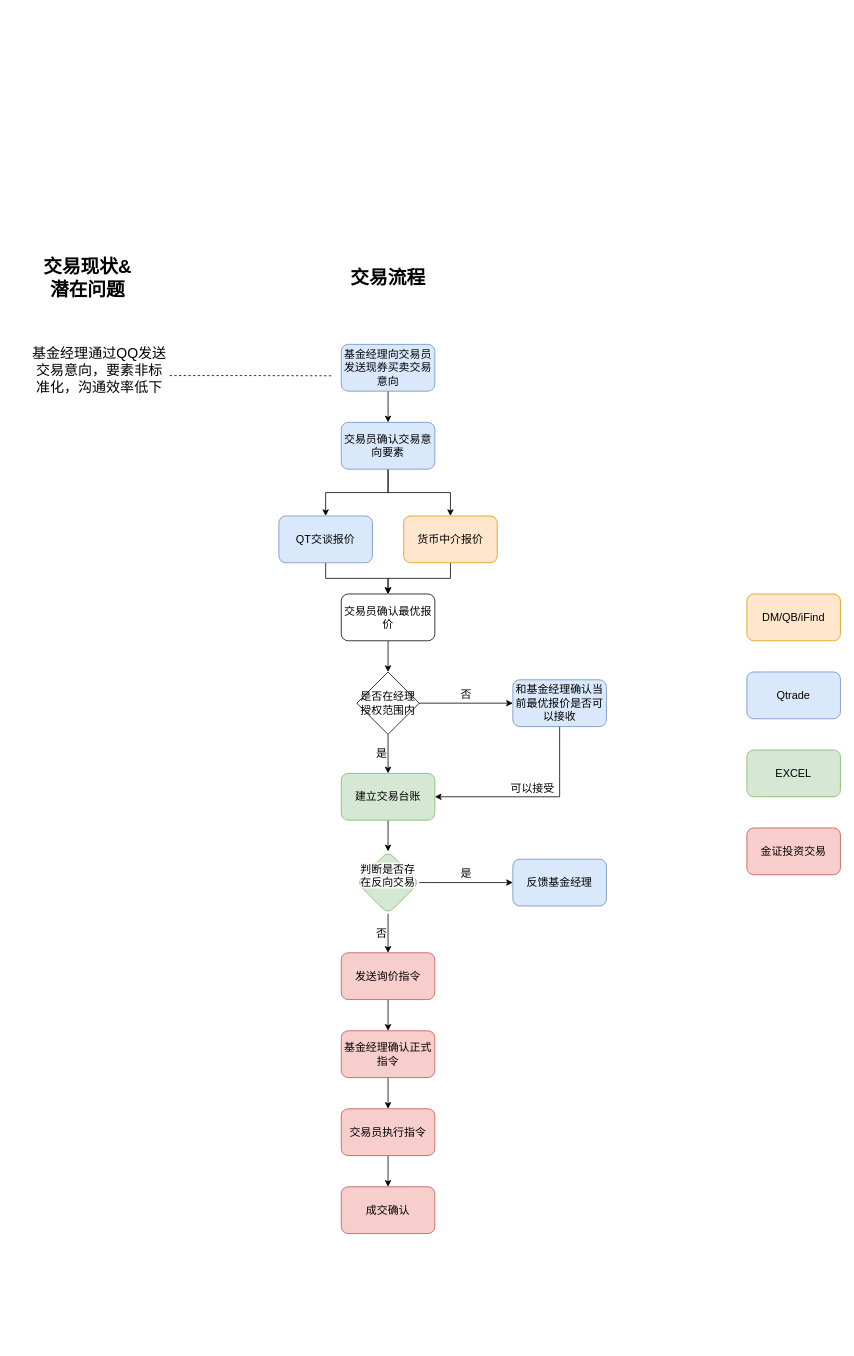
Before: 现券交易流程图.drawio in steven-turing/draw, a draw.io diagram. Source tidied: cells renumbered, new cells numbered last; positions are measured from the earlier drawing's top-left corner, leaving out a move shared by most shapes. Both pictures are drawn from the tidied source at 78%, with x=0, y=0 at pixel (29, 266).
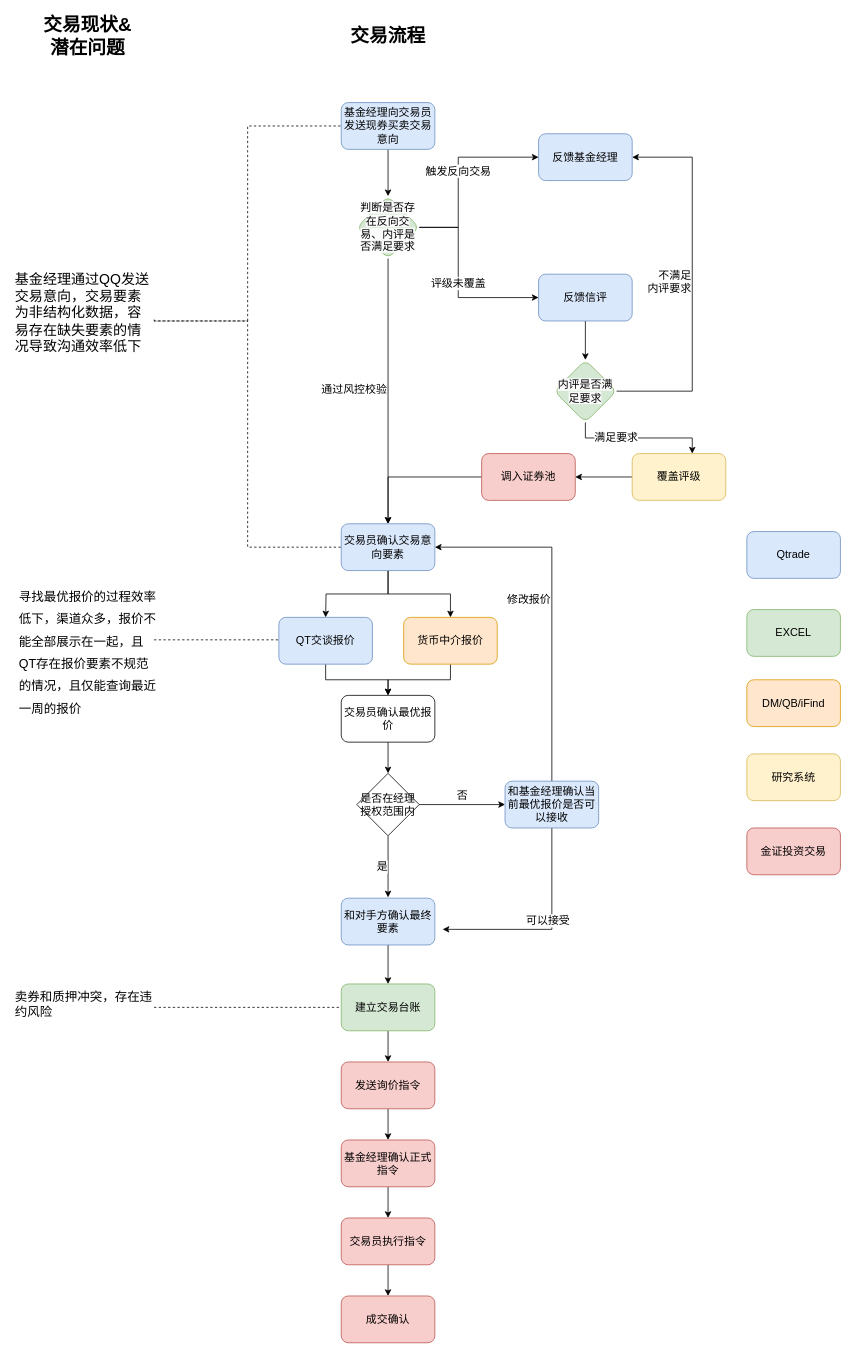
After the change.

Commit message:
更新现券交易流程图.drawio

The edit, as a diff of the source:
```diff
@@
-    <mxCell id="2" style="edgeStyle=orthogonalEdgeStyle;rounded=0;jettySize=auto;html=1;exitX=0.5;exitY=1;exitDx=0;exitDy=0;entryX=0.5;entryY=0;entryDx=0;entryDy=0;fontSize=14;" parent="1" edge="1" source="3" target="6">
-      <mxGeometry relative="1" as="geometry" />
+    <mxCell id="2" value="通过风控校验" style="edgeStyle=orthogonalEdgeStyle;rounded=0;jettySize=auto;html=1;exitX=0.5;exitY=1;exitDx=0;exitDy=0;fontSize=14;verticalAlign=middle;align=right;" parent="1" edge="1" source="34" target="6">
+      <mxGeometry x="-0.01" relative="1" as="geometry" />
     </mxCell>
+    <mxCell id="40" style="edgeStyle=orthogonalEdgeStyle;rounded=0;jettySize=auto;html=1;exitX=0.5;exitY=1;exitDx=0;exitDy=0;entryX=0.5;entryY=0;entryDx=0;entryDy=0;" parent="1" edge="1" source="3" target="34">
+      <mxGeometry relative="1" as="geometry" />
+    </mxCell>
     <mxCell id="3" value="基金经理向交易员发送现券买卖交易意向" style="rounded=1;whiteSpace=wrap;html=1;fontSize=14;glass=0;strokeWidth=1;shadow=0;fillColor=#dae8fc;strokeColor=#6c8ebf;" parent="1" vertex="1">
-      <mxGeometry x="400" y="100" width="120" height="60" as="geometry" />
+      <mxGeometry x="400" y="-210" width="120" height="60" as="geometry" />
     </mxCell>
-    <mxCell id="4" style="edgeStyle=orthogonalEdgeStyle;rounded=0;jettySize=auto;html=1;exitX=0.5;exitY=1;exitDx=0;exitDy=0;entryX=0.5;entryY=0;entryDx=0;entryDy=0;fontSize=14;" parent="1" edge="1" source="6" target="9">
-      <mxGeometry relative="1" as="geometry" />
+    <mxCell id="4" style="edgeStyle=orthogonalEdgeStyle;rounded=0;jettySize=auto;html=1;exitX=0.5;exitY=1;exitDx=0;exitDy=0;entryX=0.5;entryY=0;entryDx=0;entryDy=0;fontSize=14;" parent="1" edge="1" source="6">
+      <mxGeometry relative="1" as="geometry">
+        <mxPoint x="380" y="450" as="targetPoint" />
+      </mxGeometry>
     </mxCell>
@@
     <mxCell id="6" value="交易员确认交易意向要素" style="rounded=1;whiteSpace=wrap;html=1;fillColor=#dae8fc;strokeColor=#6c8ebf;fontSize=14;" parent="1" vertex="1">
-      <mxGeometry x="400" y="200" width="120" height="60" as="geometry" />
+      <mxGeometry x="400" y="330" width="120" height="60" as="geometry" />
     </mxCell>
@@
-    <mxCell id="8" style="edgeStyle=orthogonalEdgeStyle;rounded=0;jettySize=auto;html=1;exitX=0.5;exitY=1;exitDx=0;exitDy=0;entryX=0.5;entryY=0;entryDx=0;entryDy=0;fontSize=14;" parent="1" edge="1" source="9" target="13">
-      <mxGeometry relative="1" as="geometry" />
+    <mxCell id="8" style="edgeStyle=orthogonalEdgeStyle;rounded=0;jettySize=auto;html=1;exitX=0.5;exitY=1;exitDx=0;exitDy=0;entryX=0.5;entryY=0;entryDx=0;entryDy=0;fontSize=14;" parent="1" edge="1" target="13">
+      <mxGeometry relative="1" as="geometry">
+        <mxPoint x="380" y="510" as="sourcePoint" />
+        <Array as="points">
+          <mxPoint x="380" y="530" />
+          <mxPoint x="460" y="530" />
+        </Array>
+      </mxGeometry>
     </mxCell>
     <mxCell id="9" value="QT交谈报价" style="rounded=1;whiteSpace=wrap;html=1;fillColor=#dae8fc;strokeColor=#6c8ebf;fontSize=14;" parent="1" vertex="1">
-      <mxGeometry x="320" y="320" width="120" height="60" as="geometry" />
+      <mxGeometry x="320" y="450" width="120" height="60" as="geometry" />
     </mxCell>
@@
     <mxCell id="11" value="货币中介报价" style="rounded=1;whiteSpace=wrap;html=1;fillColor=#ffe6cc;strokeColor=#d79b00;fontSize=14;" parent="1" vertex="1">
-      <mxGeometry x="480" y="320" width="120" height="60" as="geometry" />
+      <mxGeometry x="480" y="450" width="120" height="60" as="geometry" />
     </mxCell>
@@
     <mxCell id="13" value="交易员确认最优报价" style="rounded=1;whiteSpace=wrap;html=1;fontSize=14;" parent="1" vertex="1">
-      <mxGeometry x="400" y="420" width="120" height="60" as="geometry" />
+      <mxGeometry x="400" y="550" width="120" height="60" as="geometry" />
     </mxCell>
@@
-    <mxCell id="15" value="是" style="edgeStyle=orthogonalEdgeStyle;rounded=0;jettySize=auto;html=1;verticalAlign=middle;align=right;fontSize=14;" parent="1" edge="1" source="16" target="20">
-      <mxGeometry relative="1" as="geometry" />
+    <mxCell id="15" value="是" style="edgeStyle=orthogonalEdgeStyle;rounded=0;jettySize=auto;html=1;verticalAlign=middle;align=right;fontSize=14;" parent="1" edge="1" source="16">
+      <mxGeometry relative="1" as="geometry">
+        <mxPoint x="460" y="809" as="targetPoint" />
+      </mxGeometry>
     </mxCell>
     <mxCell id="16" value="是否在经理授权范围内" style="rhombus;whiteSpace=wrap;html=1;fontSize=14;" parent="1" vertex="1">
-      <mxGeometry x="420" y="520" width="80" height="80" as="geometry" />
+      <mxGeometry x="420" y="650" width="80" height="80" as="geometry" />
     </mxCell>
-    <mxCell id="17" value="可以接受" style="edgeStyle=orthogonalEdgeStyle;rounded=0;jettySize=auto;html=1;exitX=0.5;exitY=1;exitDx=0;exitDy=0;entryX=1;entryY=0.5;entryDx=0;entryDy=0;verticalAlign=bottom;fontSize=14;" parent="1" edge="1" source="18" target="20">
-      <mxGeometry relative="1" as="geometry" />
+    <mxCell id="17" value="可以接受" style="edgeStyle=orthogonalEdgeStyle;rounded=0;jettySize=auto;html=1;exitX=0.5;exitY=1;exitDx=0;exitDy=0;verticalAlign=bottom;fontSize=14;" parent="1" edge="1" source="18">
+      <mxGeometry relative="1" as="geometry">
+        <mxPoint x="530" y="850" as="targetPoint" />
+        <Array as="points">
+          <mxPoint x="670" y="850" />
+        </Array>
+      </mxGeometry>
     </mxCell>
+    <mxCell id="41" value="修改报价&lt;div&gt;&lt;br&gt;&lt;/div&gt;" style="edgeStyle=orthogonalEdgeStyle;rounded=0;jettySize=auto;html=1;exitX=0.5;exitY=0;exitDx=0;exitDy=0;entryX=1;entryY=0.5;entryDx=0;entryDy=0;align=right;fontSize=14;verticalAlign=middle;" parent="1" edge="1" source="18" target="6">
+      <mxGeometry relative="1" as="geometry" />
+    </mxCell>
     <mxCell id="18" value="和基金经理确认当前最优报价是否可以接收" style="rounded=1;whiteSpace=wrap;html=1;fillColor=#dae8fc;strokeColor=#6c8ebf;fontSize=14;" parent="1" vertex="1">
-      <mxGeometry x="620" y="530" width="120" height="60" as="geometry" />
+      <mxGeometry x="610" y="660" width="120" height="60" as="geometry" />
     </mxCell>
-    <mxCell id="19" style="edgeStyle=orthogonalEdgeStyle;rounded=0;jettySize=auto;html=1;fontSize=14;" parent="1" edge="1" source="20" target="34">
-      <mxGeometry relative="1" as="geometry" />
-    </mxCell>
+    <mxCell id="42" style="edgeStyle=orthogonalEdgeStyle;rounded=0;jettySize=auto;html=1;exitX=0.5;exitY=1;exitDx=0;exitDy=0;entryX=0.5;entryY=0;entryDx=0;entryDy=0;" parent="1" edge="1" source="20" target="22">
+      <mxGeometry relative="1" as="geometry" />
+    </mxCell>
     <mxCell id="20" value="建立交易台账" style="rounded=1;whiteSpace=wrap;html=1;fillColor=#d5e8d4;strokeColor=#82b366;fontSize=14;" parent="1" vertex="1">
-      <mxGeometry x="400" y="650" width="120" height="60" as="geometry" />
+      <mxGeometry x="400" y="920" width="120" height="60" as="geometry" />
     </mxCell>
@@
     <mxCell id="22" value="发送询价指令" style="rounded=1;whiteSpace=wrap;html=1;labelBackgroundColor=none;fillColor=#f8cecc;strokeColor=#b85450;fontSize=14;" parent="1" vertex="1">
-      <mxGeometry x="400" y="880" width="120" height="60" as="geometry" />
+      <mxGeometry x="400" y="1020" width="120" height="60" as="geometry" />
     </mxCell>
@@
     <mxCell id="24" value="基金经理确认正式指令" style="rounded=1;whiteSpace=wrap;html=1;fillColor=#f8cecc;strokeColor=#b85450;fontSize=14;" parent="1" vertex="1">
-      <mxGeometry x="400" y="980" width="120" height="60" as="geometry" />
+      <mxGeometry x="400" y="1120" width="120" height="60" as="geometry" />
     </mxCell>
@@
     <mxCell id="26" value="交易员执行指令" style="rounded=1;whiteSpace=wrap;html=1;fillColor=#f8cecc;strokeColor=#b85450;fontSize=14;" parent="1" vertex="1">
-      <mxGeometry x="400" y="1080" width="120" height="60" as="geometry" />
+      <mxGeometry x="400" y="1220" width="120" height="60" as="geometry" />
     </mxCell>
     <mxCell id="27" value="成交确认" style="rounded=1;whiteSpace=wrap;html=1;fillColor=#f8cecc;strokeColor=#b85450;fontSize=14;" parent="1" vertex="1">
-      <mxGeometry x="400" y="1180" width="120" height="60" as="geometry" />
+      <mxGeometry x="400" y="1320" width="120" height="60" as="geometry" />
     </mxCell>
     <mxCell id="28" value="EXCEL" style="rounded=1;whiteSpace=wrap;html=1;fillColor=#d5e8d4;strokeColor=#82b366;fontSize=14;" parent="1" vertex="1">
-      <mxGeometry x="920" y="620" width="120" height="60" as="geometry" />
+      <mxGeometry x="920" y="440" width="120" height="60" as="geometry" />
     </mxCell>
@@
     <mxCell id="30" value="Qtrade" style="rounded=1;whiteSpace=wrap;html=1;fillColor=#dae8fc;strokeColor=#6c8ebf;fontSize=14;" parent="1" vertex="1">
-      <mxGeometry x="920" y="520" width="120" height="60" as="geometry" />
+      <mxGeometry x="920" y="340" width="120" height="60" as="geometry" />
     </mxCell>
     <mxCell id="31" value="DM/QB/iFind" style="rounded=1;whiteSpace=wrap;html=1;fillColor=#ffe6cc;strokeColor=#d79b00;fontSize=14;" parent="1" vertex="1">
-      <mxGeometry x="920" y="420" width="120" height="60" as="geometry" />
+      <mxGeometry x="920" y="530" width="120" height="60" as="geometry" />
     </mxCell>
-    <mxCell id="32" value="否" style="edgeStyle=orthogonalEdgeStyle;rounded=0;jettySize=auto;html=1;exitX=0.5;exitY=1;exitDx=0;exitDy=0;entryX=0.5;entryY=0;entryDx=0;entryDy=0;verticalAlign=middle;align=right;fontSize=14;" parent="1" edge="1" source="34" target="22">
-      <mxGeometry relative="1" as="geometry" />
-    </mxCell>
-    <mxCell id="33" value="是" style="edgeStyle=orthogonalEdgeStyle;rounded=0;jettySize=auto;html=1;verticalAlign=bottom;fontSize=14;" parent="1" edge="1" source="34" target="35">
-      <mxGeometry relative="1" as="geometry" />
+    <mxCell id="33" value="触发反向交易" style="edgeStyle=orthogonalEdgeStyle;rounded=0;jettySize=auto;html=1;verticalAlign=middle;fontSize=14;exitX=1;exitY=0.5;exitDx=0;exitDy=0;" parent="1" edge="1" source="34" target="35">
+      <mxGeometry relative="1" as="geometry">
+        <Array as="points">
+          <mxPoint x="550" y="-50" />
+          <mxPoint x="550" y="-140" />
+        </Array>
+      </mxGeometry>
     </mxCell>
+    <mxCell id="43" value="评级未覆盖" style="edgeStyle=orthogonalEdgeStyle;rounded=0;jettySize=auto;html=1;exitX=1;exitY=0.5;exitDx=0;exitDy=0;align=center;fontSize=14;verticalAlign=middle;entryX=0;entryY=0.5;entryDx=0;entryDy=0;" parent="1" edge="1" source="34" target="49">
+      <mxGeometry relative="1" as="geometry">
+        <Array as="points">
+          <mxPoint x="550" y="-50" />
+          <mxPoint x="550" y="40" />
+        </Array>
+      </mxGeometry>
+    </mxCell>
-    <mxCell id="34" value="&#10;&lt;span style=&quot;color: rgb(0, 0, 0); font-family: Helvetica; font-style: normal; font-variant-ligatures: normal; font-variant-caps: normal; font-weight: 400; letter-spacing: normal; orphans: 2; text-align: center; text-indent: 0px; text-transform: none; widows: 2; word-spacing: 0px; -webkit-text-stroke-width: 0px; white-space: normal; background-color: rgb(251, 251, 251); text-decoration-thickness: initial; text-decoration-style: initial; text-decoration-color: initial; float: none; display: inline !important;&quot;&gt;判断是否存在反向交易&lt;/span&gt;&#10;&#10;" style="rhombus;whiteSpace=wrap;html=1;fillColor=#d5e8d4;strokeColor=#82b366;rounded=1;textShadow=0;fontSize=14;" parent="1" vertex="1">
-      <mxGeometry x="420" y="750" width="80" height="80" as="geometry" />
+    <mxCell id="34" value="&lt;br&gt;&lt;span style=&quot;color: rgb(0, 0, 0); font-family: Helvetica; font-style: normal; font-variant-ligatures: normal; font-variant-caps: normal; font-weight: 400; letter-spacing: normal; orphans: 2; text-align: center; text-indent: 0px; text-transform: none; widows: 2; word-spacing: 0px; -webkit-text-stroke-width: 0px; white-space: normal; background-color: rgb(251, 251, 251); text-decoration-thickness: initial; text-decoration-style: initial; text-decoration-color: initial; float: none; display: inline !important;&quot;&gt;判断是否存在反向交易、内评是否&lt;/span&gt;&lt;span style=&quot;background-color: light-dark(rgb(251, 251, 251), rgb(21, 21, 21)); color: light-dark(rgb(0, 0, 0), rgb(237, 237, 237));&quot;&gt;满足要求&lt;/span&gt;&lt;div&gt;&lt;br&gt;&lt;/div&gt;" style="rhombus;whiteSpace=wrap;html=1;fillColor=#d5e8d4;strokeColor=#82b366;rounded=1;textShadow=0;fontSize=14;" parent="1" vertex="1">
+      <mxGeometry x="420" y="-90" width="80" height="80" as="geometry" />
     </mxCell>
     <mxCell id="35" value="反馈基金经理" style="whiteSpace=wrap;html=1;fillColor=#dae8fc;strokeColor=#6c8ebf;rounded=1;fontSize=14;" parent="1" vertex="1">
-      <mxGeometry x="620" y="760" width="120" height="60" as="geometry" />
+      <mxGeometry x="653" y="-170" width="120" height="60" as="geometry" />
     </mxCell>
-    <mxCell id="36" style="edgeStyle=orthogonalEdgeStyle;rounded=0;jettySize=auto;html=1;exitX=1;exitY=0.5;exitDx=0;exitDy=0;dashed=1;endArrow=none;startFill=0;" parent="1" edge="1" source="37">
+    <mxCell id="36" style="edgeStyle=orthogonalEdgeStyle;rounded=0;jettySize=auto;html=1;exitX=1;exitY=0.5;exitDx=0;exitDy=0;dashed=1;endArrow=none;startFill=0;entryX=0;entryY=0.5;entryDx=0;entryDy=0;" parent="1" edge="1" target="3">
       <mxGeometry relative="1" as="geometry">
-        <mxPoint x="390" y="140.3" as="targetPoint" />
+        <mxPoint x="160" y="70" as="sourcePoint" />
+        <Array as="points">
+          <mxPoint x="280" y="70" />
+          <mxPoint x="280" y="-180" />
+        </Array>
       </mxGeometry>
     </mxCell>
-    <mxCell id="37" value="&lt;h1 style=&quot;margin-top: 0px;&quot;&gt;&lt;font style=&quot;font-weight: normal;&quot;&gt;基金经理通过QQ发送交易意向，要素非标准化，沟通效率低下&lt;/font&gt;&lt;/h1&gt;" style="text;html=1;whiteSpace=wrap;overflow=hidden;rounded=0;fontSize=9;fontStyle=0;align=center;verticalAlign=middle;" parent="1" vertex="1">
-      <mxGeometry y="80" width="180" height="120" as="geometry" />
-    </mxCell>
+    <mxCell id="44" style="edgeStyle=orthogonalEdgeStyle;rounded=0;jettySize=auto;html=1;endArrow=none;startFill=0;dashed=1;exitX=1.001;exitY=0.568;exitDx=0;exitDy=0;exitPerimeter=0;" parent="1" edge="1" source="46" target="6">
+      <mxGeometry relative="1" as="geometry">
+        <Array as="points">
+          <mxPoint x="160" y="70" />
+          <mxPoint x="280" y="70" />
+          <mxPoint x="280" y="360" />
+        </Array>
+      </mxGeometry>
+    </mxCell>
     <mxCell id="38" value="交易现状&amp;amp;潜在问题" style="text;html=1;align=center;verticalAlign=middle;whiteSpace=wrap;rounded=0;fontSize=24;fontStyle=1;" parent="1" vertex="1">
-      <mxGeometry x="10" width="130" height="30" as="geometry" />
+      <mxGeometry x="10" y="-310" width="130" height="30" as="geometry" />
     </mxCell>
     <mxCell id="39" value="交易流程" style="text;html=1;align=center;verticalAlign=middle;whiteSpace=wrap;rounded=0;fontSize=24;fontStyle=1;" parent="1" vertex="1">
-      <mxGeometry x="410" width="100" height="30" as="geometry" />
+      <mxGeometry x="410" y="-310" width="100" height="30" as="geometry" />
     </mxCell>
+    <mxCell id="45" value="卖券和质押冲突，存在违约风险" style="text;html=1;whiteSpace=wrap;overflow=hidden;rounded=0;fontSize=16;" parent="1" vertex="1">
+      <mxGeometry x="-20" y="920" width="180" height="60" as="geometry" />
+    </mxCell>
+    <mxCell id="46" value="&lt;h1 style=&quot;margin-top: 0px;&quot;&gt;&lt;span style=&quot;background-color: transparent; color: light-dark(rgb(0, 0, 0), rgb(255, 255, 255)); font-weight: normal;&quot;&gt;&lt;font&gt;基金经理通过QQ发送交易意向，交易要素为非结构化数据，容易存在缺失要素的情况导致沟通效率低下&lt;/font&gt;&lt;/span&gt;&lt;/h1&gt;" style="text;html=1;whiteSpace=wrap;overflow=hidden;rounded=0;fontSize=9;" parent="1" vertex="1">
+      <mxGeometry x="-20" width="180" height="120" as="geometry" />
+    </mxCell>
+    <mxCell id="47" style="edgeStyle=orthogonalEdgeStyle;rounded=0;jettySize=auto;html=1;exitX=1;exitY=0.5;exitDx=0;exitDy=0;endArrow=none;startFill=0;dashed=1;entryX=0;entryY=0.5;entryDx=0;entryDy=0;" parent="1" edge="1" source="45" target="20">
+      <mxGeometry relative="1" as="geometry" />
+    </mxCell>
+    <mxCell id="48" style="edgeStyle=orthogonalEdgeStyle;rounded=0;jettySize=auto;html=1;exitX=0.5;exitY=1;exitDx=0;exitDy=0;entryX=0.5;entryY=0;entryDx=0;entryDy=0;" parent="1" edge="1" source="49" target="52">
+      <mxGeometry relative="1" as="geometry" />
+    </mxCell>
+    <mxCell id="49" value="反馈信评" style="whiteSpace=wrap;html=1;fillColor=#dae8fc;strokeColor=#6c8ebf;rounded=1;fontSize=14;" parent="1" vertex="1">
+      <mxGeometry x="653" y="10" width="120" height="60" as="geometry" />
+    </mxCell>
+    <mxCell id="50" value="满足要求" style="edgeStyle=orthogonalEdgeStyle;rounded=0;jettySize=auto;html=1;align=right;fontSize=14;" parent="1" edge="1" source="52" target="54">
+      <mxGeometry relative="1" as="geometry">
+        <Array as="points">
+          <mxPoint x="713" y="220" />
+          <mxPoint x="850" y="220" />
+        </Array>
+      </mxGeometry>
+    </mxCell>
+    <mxCell id="51" value="不满足&lt;div&gt;内评要求&lt;/div&gt;" style="edgeStyle=orthogonalEdgeStyle;rounded=0;jettySize=auto;html=1;entryX=1;entryY=0.5;entryDx=0;entryDy=0;align=right;fontSize=14;exitX=1;exitY=0.5;exitDx=0;exitDy=0;" parent="1" edge="1" source="52" target="35">
+      <mxGeometry relative="1" as="geometry">
+        <Array as="points">
+          <mxPoint x="850" y="160" />
+          <mxPoint x="850" y="-140" />
+        </Array>
+      </mxGeometry>
+    </mxCell>
+    <mxCell id="52" value="&lt;br&gt;&lt;span style=&quot;color: rgb(0, 0, 0); font-family: Helvetica; font-style: normal; font-variant-ligatures: normal; font-variant-caps: normal; font-weight: 400; letter-spacing: normal; orphans: 2; text-align: center; text-indent: 0px; text-transform: none; widows: 2; word-spacing: 0px; -webkit-text-stroke-width: 0px; white-space: normal; background-color: rgb(251, 251, 251); text-decoration-thickness: initial; text-decoration-style: initial; text-decoration-color: initial; float: none; display: inline !important;&quot;&gt;内评是否&lt;/span&gt;&lt;span style=&quot;background-color: light-dark(rgb(251, 251, 251), rgb(21, 21, 21)); color: light-dark(rgb(0, 0, 0), rgb(237, 237, 237));&quot;&gt;满足要求&lt;/span&gt;&lt;div&gt;&lt;br&gt;&lt;/div&gt;" style="rhombus;whiteSpace=wrap;html=1;fillColor=#d5e8d4;strokeColor=#82b366;rounded=1;textShadow=0;fontSize=14;" parent="1" vertex="1">
+      <mxGeometry x="673" y="120" width="80" height="80" as="geometry" />
+    </mxCell>
+    <mxCell id="53" style="edgeStyle=orthogonalEdgeStyle;rounded=0;jettySize=auto;html=1;exitX=0;exitY=0.5;exitDx=0;exitDy=0;entryX=1;entryY=0.5;entryDx=0;entryDy=0;" parent="1" edge="1" source="54" target="58">
+      <mxGeometry relative="1" as="geometry" />
+    </mxCell>
+    <mxCell id="54" value="覆盖评级" style="whiteSpace=wrap;html=1;fontSize=14;fillColor=#fff2cc;strokeColor=#d6b656;rounded=1;" parent="1" vertex="1">
+      <mxGeometry x="773" y="240" width="120" height="60" as="geometry" />
+    </mxCell>
+    <mxCell id="55" value="&lt;h1 style=&quot;margin-top: 0px;&quot;&gt;&lt;span style=&quot;background-color: transparent; color: light-dark(rgb(0, 0, 0), rgb(255, 255, 255)); font-weight: normal;&quot;&gt;&lt;font style=&quot;font-size: 16px;&quot;&gt;寻找最优报价的过程效率低下，渠道众多，报价不能全部展示在一起，且QT存在报价要素不规范的情况，且仅能查询最近一周的报价&lt;/font&gt;&lt;/span&gt;&lt;/h1&gt;" style="text;html=1;whiteSpace=wrap;overflow=hidden;rounded=0;" parent="1" vertex="1">
+      <mxGeometry x="-15" y="400" width="180" height="180" as="geometry" />
+    </mxCell>
+    <mxCell id="56" style="edgeStyle=orthogonalEdgeStyle;rounded=0;jettySize=auto;html=1;endArrow=none;startFill=0;dashed=1;entryX=0;entryY=0.5;entryDx=0;entryDy=0;" parent="1" edge="1" target="9">
+      <mxGeometry relative="1" as="geometry">
+        <mxPoint x="160" y="478.8" as="sourcePoint" />
+        <Array as="points">
+          <mxPoint x="320" y="479" />
+        </Array>
+      </mxGeometry>
+    </mxCell>
+    <mxCell id="57" style="edgeStyle=orthogonalEdgeStyle;rounded=0;jettySize=auto;html=1;exitX=0;exitY=0.5;exitDx=0;exitDy=0;entryX=0.5;entryY=0;entryDx=0;entryDy=0;" parent="1" edge="1" source="58" target="6">
+      <mxGeometry relative="1" as="geometry" />
+    </mxCell>
+    <mxCell id="58" value="调入证券池" style="whiteSpace=wrap;html=1;fontSize=14;fillColor=#f8cecc;strokeColor=#b85450;rounded=1;" parent="1" vertex="1">
+      <mxGeometry x="580" y="240" width="120" height="60" as="geometry" />
+    </mxCell>
+    <mxCell id="59" value="研究系统" style="whiteSpace=wrap;html=1;fontSize=14;fillColor=#fff2cc;strokeColor=#d6b656;rounded=1;" parent="1" vertex="1">
+      <mxGeometry x="920" y="625" width="120" height="60" as="geometry" />
+    </mxCell>
+    <mxCell id="60" style="edgeStyle=orthogonalEdgeStyle;rounded=0;jettySize=auto;html=1;exitX=0.5;exitY=1;exitDx=0;exitDy=0;entryX=0.5;entryY=0;entryDx=0;entryDy=0;" parent="1" edge="1" source="61" target="20">
+      <mxGeometry relative="1" as="geometry" />
+    </mxCell>
+    <mxCell id="61" value="和对手方确认最终要素" style="rounded=1;whiteSpace=wrap;html=1;fillColor=#dae8fc;strokeColor=#6c8ebf;fontSize=14;" parent="1" vertex="1">
+      <mxGeometry x="400" y="810" width="120" height="60" as="geometry" />
+    </mxCell>
```
